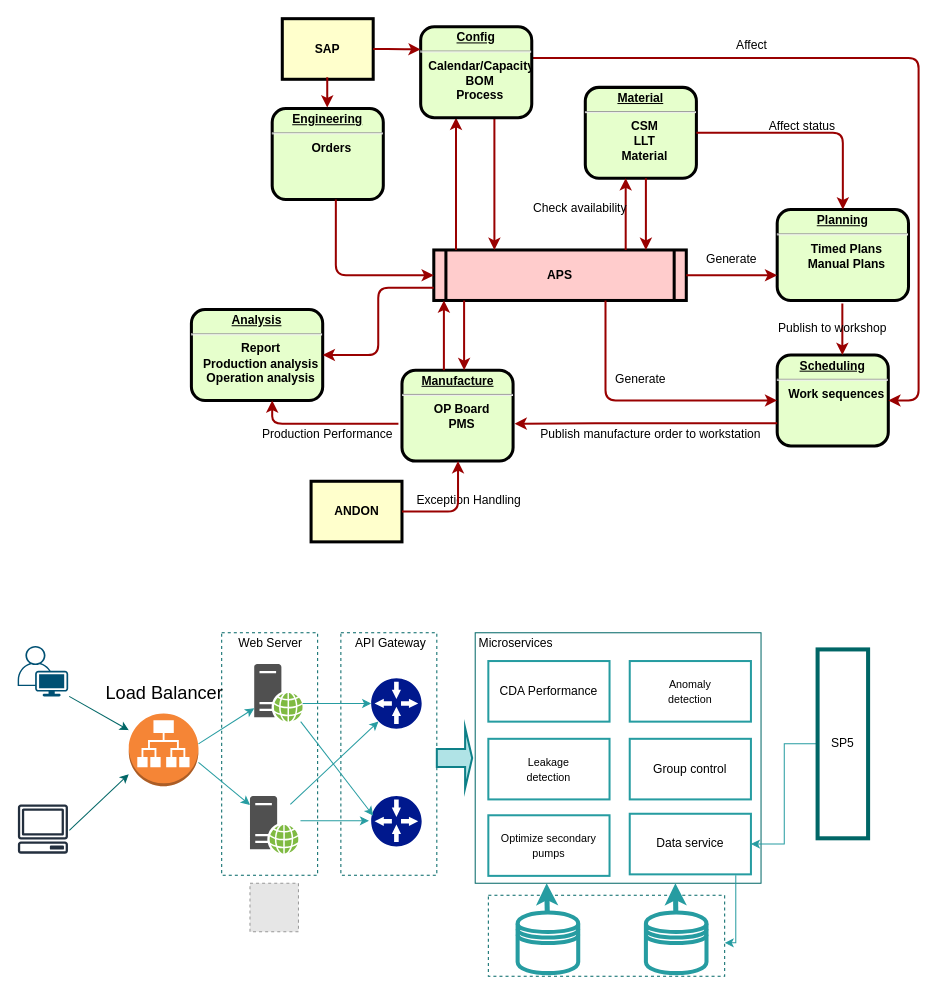
Above: Untitled Diagram.drawio in chinaxiaonan/ant-design (draw.io), before the change. Source tidied: cells renumbered, new cells numbered last; positions are measured from the earlier drawing's top-left corner, leaving out a move shared by most shapes. Both pictures are drawn from the tidied source at 101%, with x=0, y=0 at pixel (17, 18). Pictures stored in the file or linked from it are replaced by grey dashed boxes.
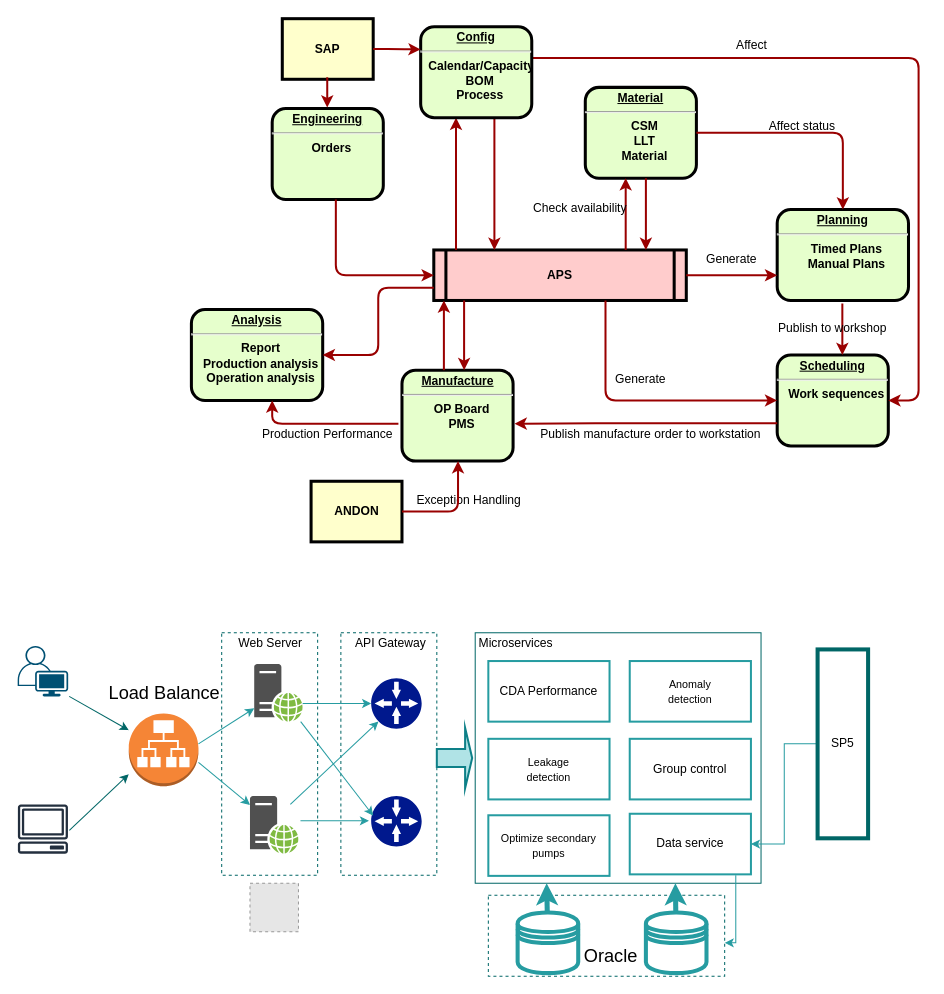
Above is the later version.

Change to the diagram source:
```diff
@@
-    <mxCell id="52" value="&lt;font style=&quot;font-size: 18px&quot;&gt;Load Balancer&lt;/font&gt;" style="text;html=1;align=center;verticalAlign=middle;fillColor=none;strokeColor=none;rounded=0;strokeWidth=4;" parent="1" vertex="1">
+    <mxCell id="52" value="&lt;font style=&quot;font-size: 18px&quot;&gt;Load Balance&lt;/font&gt;" style="text;html=1;align=center;verticalAlign=middle;fillColor=none;strokeColor=none;rounded=0;strokeWidth=4;" parent="1" vertex="1">
       <mxGeometry x="79.5" y="658" width="130" height="20" as="geometry" />
     </mxCell>
@@
+    <mxCell id="77" value="&lt;font style=&quot;font-size: 18px&quot;&gt;Oracle&lt;/font&gt;" style="text;html=1;align=center;verticalAlign=middle;fillColor=none;strokeColor=none;rounded=0;strokeWidth=4;" parent="1" vertex="1">
+      <mxGeometry x="552" y="918" width="70" height="20" as="geometry" />
+    </mxCell>
```
